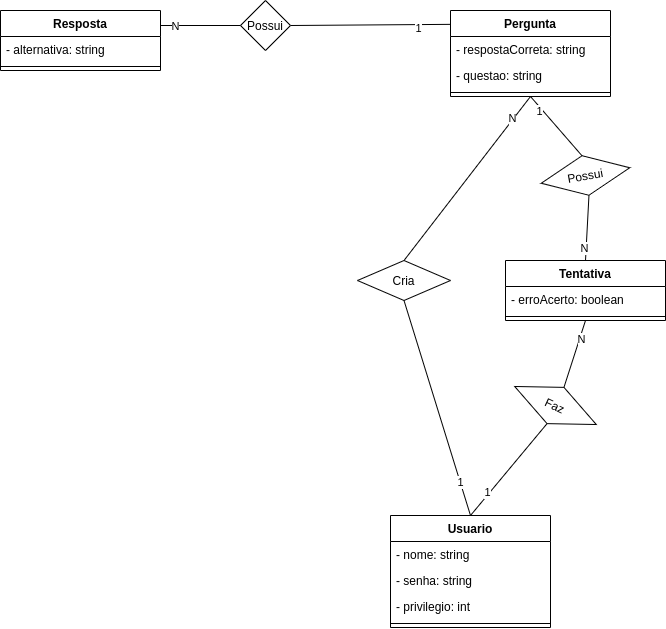
This is Quizroot-DiagramaClasse.drawio.png from gabrielroot/RootQuiz_RestAPI, a draw.io export, as it was before one commit. Source tidied: cells renumbered, new cells last; positions are measured from the earlier drawing's top-left corner, leaving out a move shared by most shapes.
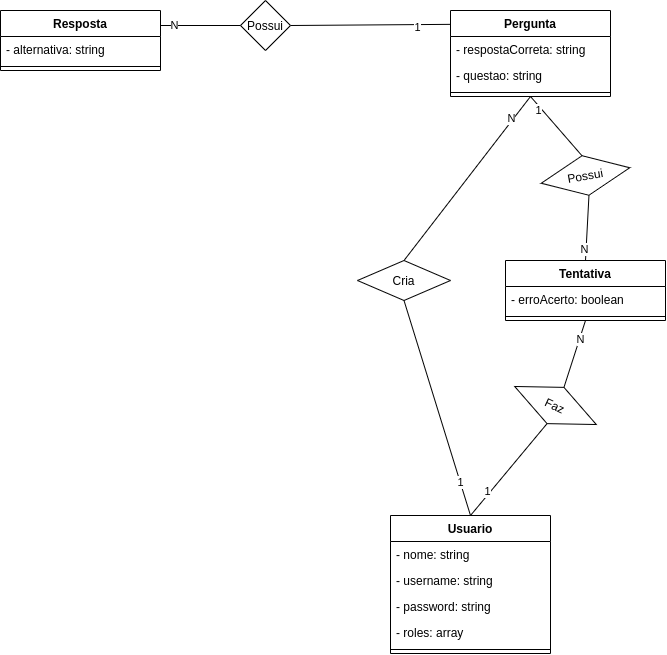
After the commit.

Commit message:
Update: Diagrama de classes

Diff of the diagram source:
```diff
@@ -78,19 +78,22 @@
       <mxGeometry y="78" width="160" height="8" as="geometry" />
     </mxCell>
     <mxCell id="27" value="Usuario" style="swimlane;fontStyle=1;align=center;verticalAlign=top;horizontal=1;startSize=26;" parent="1" vertex="1">
-      <mxGeometry x="390" y="515" width="160" height="112" as="geometry" />
+      <mxGeometry x="390" y="515" width="160" height="138" as="geometry" />
     </mxCell>
     <mxCell id="28" value="- nome: string" style="text;strokeColor=none;fillColor=none;align=left;verticalAlign=top;spacingLeft=4;spacingRight=4;overflow=hidden;" parent="27" vertex="1">
       <mxGeometry y="26" width="160" height="26" as="geometry" />
     </mxCell>
+    <mxCell id="37" value="- username: string" style="text;strokeColor=none;fillColor=none;align=left;verticalAlign=top;spacingLeft=4;spacingRight=4;overflow=hidden;" parent="27" vertex="1">
+      <mxGeometry y="52" width="160" height="26" as="geometry" />
+    </mxCell>
-    <mxCell id="29" value="- senha: string" style="text;strokeColor=none;fillColor=none;align=left;verticalAlign=top;spacingLeft=4;spacingRight=4;overflow=hidden;" parent="27" vertex="1">
-      <mxGeometry y="52" width="160" height="26" as="geometry" />
+    <mxCell id="29" value="- password: string" style="text;strokeColor=none;fillColor=none;align=left;verticalAlign=top;spacingLeft=4;spacingRight=4;overflow=hidden;" parent="27" vertex="1">
+      <mxGeometry y="78" width="160" height="26" as="geometry" />
     </mxCell>
-    <mxCell id="30" value="- privilegio: int" style="text;strokeColor=none;fillColor=none;align=left;verticalAlign=top;spacingLeft=4;spacingRight=4;overflow=hidden;" parent="27" vertex="1">
-      <mxGeometry y="78" width="160" height="26" as="geometry" />
+    <mxCell id="30" value="- roles: array" style="text;strokeColor=none;fillColor=none;align=left;verticalAlign=top;spacingLeft=4;spacingRight=4;overflow=hidden;" parent="27" vertex="1">
+      <mxGeometry y="104" width="160" height="26" as="geometry" />
     </mxCell>
     <mxCell id="31" style="line;strokeWidth=1;fillColor=none;align=left;verticalAlign=middle;spacingTop=-1;spacingLeft=3;spacingRight=3;labelPosition=right;" parent="27" vertex="1">
-      <mxGeometry y="104" width="160" height="8" as="geometry" />
+      <mxGeometry y="130" width="160" height="8" as="geometry" />
     </mxCell>
     <mxCell id="32" value="Tentativa" style="swimlane;fontStyle=1;align=center;verticalAlign=top;horizontal=1;startSize=26;" parent="1" vertex="1">
       <mxGeometry x="505" y="260" width="160" height="60" as="geometry" />
```
